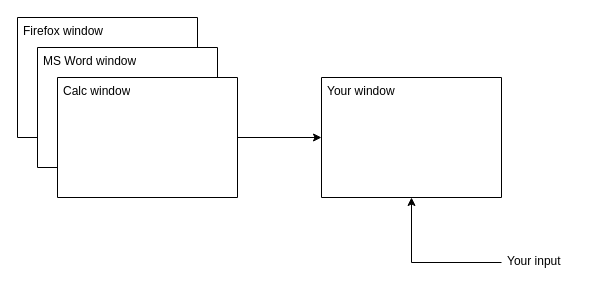
eenzamese/auto keeps this draw.io diagram as Диаграмма без названия.drawio. Above is the earlier version. Source tidied: cells renumbered, new cells numbered last; positions are measured from the earlier drawing's top-left corner, leaving out a move shared by most shapes. Both pictures are drawn from the tidied source at 100%, with x=0, y=0 at pixel (17, 17).
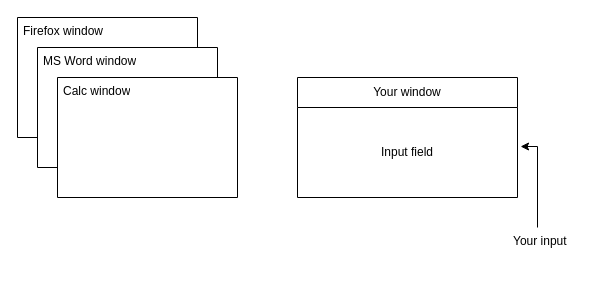
The same diagram, later.

The edit, as a diff of the source:
```diff
@@
 <mxGraphModel>
   <root>
     <mxCell id="0" />
     <mxCell id="1" parent="0" />
     <mxCell id="2" style="verticalLabelPosition=bottom;verticalAlign=top;html=1;shape=mxgraph.basic.rect;fillColor2=none;strokeWidth=1;size=20;indent=5;" parent="1" vertex="1">
       <mxGeometry width="180" height="120" as="geometry" />
     </mxCell>
     <mxCell id="3" value="Firefox window" style="text;strokeColor=none;fillColor=none;spacingLeft=4;spacingRight=4;overflow=hidden;fontSize=12;whiteSpace=wrap;html=1;" parent="1" vertex="1">
       <mxGeometry width="100" height="20" as="geometry" />
     </mxCell>
     <mxCell id="4" style="verticalLabelPosition=bottom;verticalAlign=top;html=1;shape=mxgraph.basic.rect;fillColor2=none;strokeWidth=1;size=20;indent=5;" parent="1" vertex="1">
       <mxGeometry x="20" y="30" width="180" height="120" as="geometry" />
     </mxCell>
-    <mxCell id="5" style="edgeStyle=orthogonalEdgeStyle;rounded=0;jettySize=auto;html=1;" parent="1" edge="1" source="6" target="10">
-      <mxGeometry relative="1" as="geometry" />
-    </mxCell>
     <mxCell id="6" style="verticalLabelPosition=bottom;verticalAlign=top;html=1;shape=mxgraph.basic.rect;fillColor2=none;strokeWidth=1;size=20;indent=5;" parent="1" vertex="1">
       <mxGeometry x="40" y="60" width="180" height="120" as="geometry" />
     </mxCell>
     <mxCell id="7" value="MS Word window" style="text;strokeColor=none;fillColor=none;spacingLeft=4;spacingRight=4;overflow=hidden;fontSize=12;whiteSpace=wrap;html=1;" parent="1" vertex="1">
       <mxGeometry x="20" y="30" width="110" height="20" as="geometry" />
     </mxCell>
     <mxCell id="8" value="Calc window" style="text;strokeColor=none;fillColor=none;spacingLeft=4;spacingRight=4;overflow=hidden;fontSize=12;whiteSpace=wrap;html=1;" parent="1" vertex="1">
       <mxGeometry x="40" y="60" width="100" height="20" as="geometry" />
     </mxCell>
-    <mxCell id="9" style="edgeStyle=orthogonalEdgeStyle;rounded=0;jettySize=auto;html=1;exitX=0;exitY=0.5;exitDx=0;exitDy=0;" parent="1" edge="1" source="12" target="10">
-      <mxGeometry relative="1" as="geometry" />
+    <mxCell id="9" style="edgeStyle=orthogonalEdgeStyle;rounded=0;jettySize=auto;html=1;entryX=1.014;entryY=0.3;entryDx=0;entryDy=0;entryPerimeter=0;" parent="1" edge="1" source="12" target="14">
+      <mxGeometry relative="1" as="geometry">
+        <Array as="points">
+          <mxPoint x="520" y="129" />
+        </Array>
+      </mxGeometry>
     </mxCell>
-    <mxCell id="10" style="verticalLabelPosition=bottom;verticalAlign=top;html=1;shape=mxgraph.basic.rect;fillColor2=none;strokeWidth=1;size=20;indent=5;" parent="1" vertex="1">
-      <mxGeometry x="304" y="60" width="180" height="120" as="geometry" />
-    </mxCell>
+    <mxCell id="12" value="Your input" style="text;strokeColor=none;fillColor=none;spacingLeft=4;spacingRight=4;overflow=hidden;points=[[0,0.5],[1,0.5]];portConstraint=eastwest;fontSize=12;whiteSpace=wrap;html=1;" parent="1" vertex="1">
+      <mxGeometry x="490" y="210" width="66" height="30" as="geometry" />
+    </mxCell>
-    <mxCell id="11" value="Your window" style="text;strokeColor=none;fillColor=none;spacingLeft=4;spacingRight=4;overflow=hidden;fontSize=12;whiteSpace=wrap;html=1;" parent="1" vertex="1">
-      <mxGeometry x="304" y="60" width="100" height="20" as="geometry" />
+    <mxCell id="11" value="Your window" style="swimlane;fontStyle=0;horizontal=1;startSize=30;whiteSpace=wrap;html=1;" parent="1" vertex="1">
+      <mxGeometry x="280" y="60" width="220" height="120" as="geometry" />
     </mxCell>
-    <mxCell id="12" value="Your input" style="text;strokeColor=none;fillColor=none;spacingLeft=4;spacingRight=4;overflow=hidden;points=[[0,0.5],[1,0.5]];portConstraint=eastwest;fontSize=12;whiteSpace=wrap;html=1;" parent="1" vertex="1">
-      <mxGeometry x="484" y="230" width="66" height="30" as="geometry" />
-    </mxCell>
+    <mxCell id="13" value="&amp;nbsp;" style="text;strokeColor=none;fillColor=none;align=left;verticalAlign=middle;spacingLeft=4;spacingRight=4;overflow=hidden;whiteSpace=wrap;html=1;" parent="11" vertex="1">
+      <mxGeometry y="30" width="220" height="30" as="geometry" />
+    </mxCell>
+    <mxCell id="14" value="Input field" style="text;strokeColor=none;fillColor=none;align=center;verticalAlign=middle;spacingLeft=4;spacingRight=4;overflow=hidden;points=[[0,0.5],[1,0.5]];portConstraint=eastwest;whiteSpace=wrap;html=1;" parent="11" vertex="1">
+      <mxGeometry y="60" width="220" height="30" as="geometry" />
+    </mxCell>
+    <mxCell id="15" value="&amp;nbsp;" style="text;strokeColor=none;fillColor=none;align=left;verticalAlign=middle;spacingLeft=4;spacingRight=4;overflow=hidden;whiteSpace=wrap;html=1;" parent="11" vertex="1">
+      <mxGeometry y="90" width="220" height="30" as="geometry" />
+    </mxCell>
   </root>
 </mxGraphModel>
```
